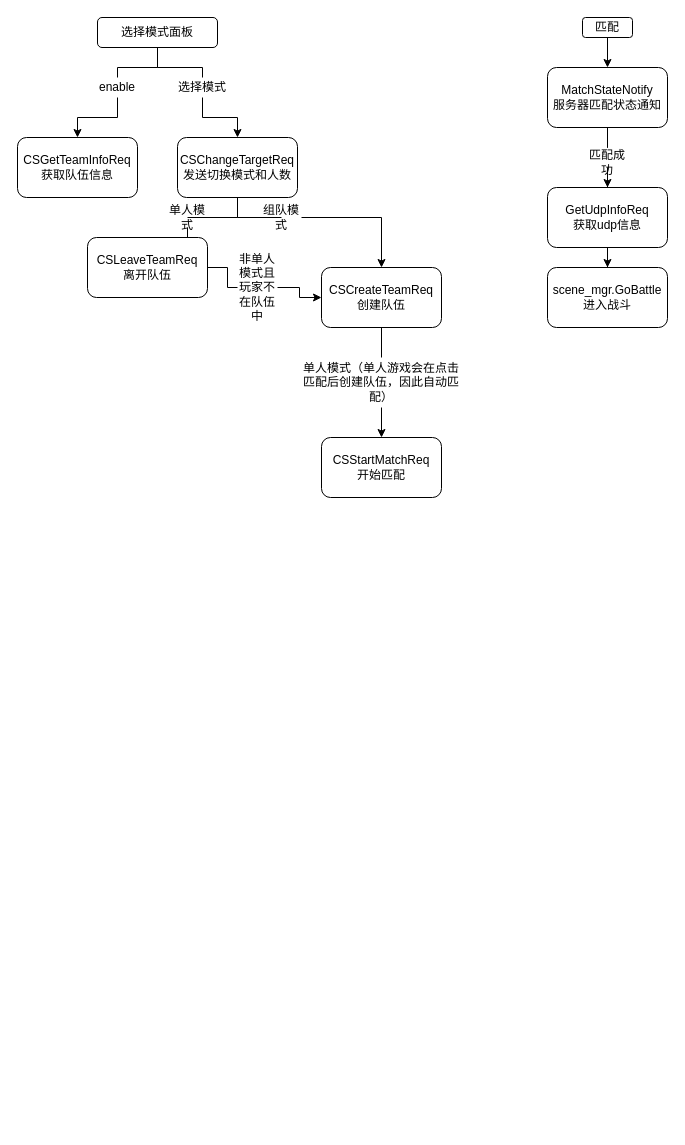
ultramanseven/1185441734 keeps this draw.io diagram as Untitled Diagram.drawio. Above is the earlier version. Source tidied: cells renumbered, new cells numbered last; positions are measured from the earlier drawing's top-left corner, leaving out a move shared by most shapes. Both pictures are drawn from the tidied source at 100%, with x=0, y=0 at pixel (17, 17).
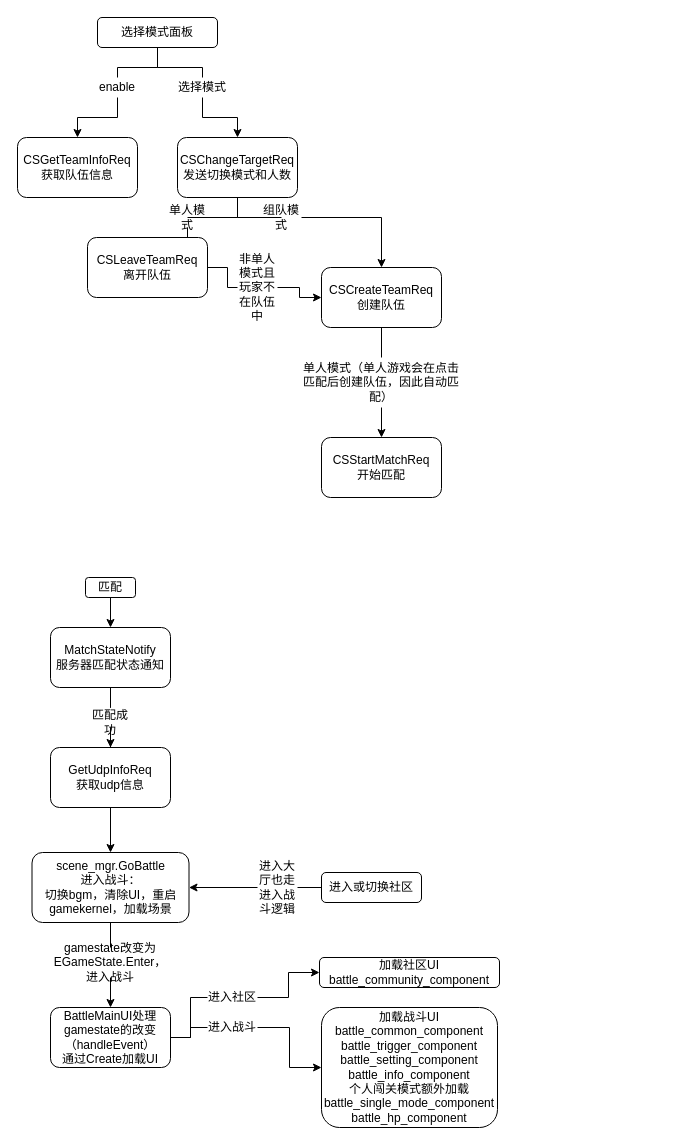
The same page after the edit.

The edit, as a diff of the source:
```diff
@@
     <mxCell id="23" value="MatchStateNotify&lt;br&gt;服务器匹配状态通知" style="rounded=1;whiteSpace=wrap;html=1;" parent="1" vertex="1">
-      <mxGeometry x="530" y="50" width="120" height="60" as="geometry" />
+      <mxGeometry x="33" y="610" width="120" height="60" as="geometry" />
     </mxCell>
@@
     <mxCell id="25" value="匹配" style="rounded=1;whiteSpace=wrap;html=1;" parent="1" vertex="1">
-      <mxGeometry x="565" width="50" height="20" as="geometry" />
+      <mxGeometry x="68" y="560" width="50" height="20" as="geometry" />
     </mxCell>
@@
     <mxCell id="27" value="GetUdpInfoReq&lt;br&gt;获取udp信息" style="rounded=1;whiteSpace=wrap;html=1;" parent="1" vertex="1">
-      <mxGeometry x="530" y="170" width="120" height="60" as="geometry" />
+      <mxGeometry x="33" y="730" width="120" height="60" as="geometry" />
     </mxCell>
     <mxCell id="28" value="匹配成功" style="text;html=1;strokeColor=none;fillColor=none;align=center;verticalAlign=middle;whiteSpace=wrap;rounded=0;" parent="1" vertex="1">
-      <mxGeometry x="570" y="130" width="40" height="30" as="geometry" />
+      <mxGeometry x="73" y="690" width="40" height="30" as="geometry" />
     </mxCell>
@@
+    <mxCell id="35" style="edgeStyle=orthogonalEdgeStyle;rounded=0;jettySize=auto;html=1;entryX=0.5;entryY=0;entryDx=0;entryDy=0;startArrow=none;" parent="1" edge="1" source="43" target="42">
+      <mxGeometry relative="1" as="geometry" />
+    </mxCell>
-    <mxCell id="34" value="scene_mgr.GoBattle&lt;br&gt;进入战斗" style="rounded=1;whiteSpace=wrap;html=1;" parent="1" vertex="1">
-      <mxGeometry x="530" y="250" width="120" height="60" as="geometry" />
+    <mxCell id="34" value="scene_mgr.GoBattle&lt;br&gt;进入战斗：&lt;br&gt;切换bgm，清除UI，重启gamekernel，加载场景" style="rounded=1;whiteSpace=wrap;html=1;" parent="1" vertex="1">
+      <mxGeometry x="14.5" y="835" width="157" height="70" as="geometry" />
     </mxCell>
+    <mxCell id="36" style="edgeStyle=orthogonalEdgeStyle;rounded=0;jettySize=auto;html=1;entryX=1;entryY=0.5;entryDx=0;entryDy=0;startArrow=none;" parent="1" edge="1" source="38" target="34">
+      <mxGeometry relative="1" as="geometry" />
+    </mxCell>
+    <mxCell id="37" value="进入或切换社区" style="rounded=1;whiteSpace=wrap;html=1;" parent="1" vertex="1">
+      <mxGeometry x="304" y="855" width="100" height="30" as="geometry" />
+    </mxCell>
+    <mxCell id="38" value="进入大厅也走进入战斗逻辑" style="text;html=1;strokeColor=none;fillColor=none;align=center;verticalAlign=middle;whiteSpace=wrap;rounded=0;" parent="1" vertex="1">
+      <mxGeometry x="240" y="860" width="40" height="20" as="geometry" />
+    </mxCell>
+    <mxCell id="39" style="edgeStyle=orthogonalEdgeStyle;rounded=0;jettySize=auto;html=1;entryX=1;entryY=0.5;entryDx=0;entryDy=0;endArrow=none;" parent="1" edge="1" source="37" target="38">
+      <mxGeometry relative="1" as="geometry" />
+    </mxCell>
+    <mxCell id="40" style="edgeStyle=orthogonalEdgeStyle;rounded=0;jettySize=auto;html=1;entryX=0;entryY=0.5;entryDx=0;entryDy=0;startArrow=none;" parent="1" edge="1" source="46" target="45">
+      <mxGeometry relative="1" as="geometry" />
+    </mxCell>
+    <mxCell id="41" style="edgeStyle=orthogonalEdgeStyle;rounded=0;jettySize=auto;html=1;entryX=0;entryY=0.5;entryDx=0;entryDy=0;startArrow=none;" parent="1" edge="1" source="49" target="48">
+      <mxGeometry relative="1" as="geometry" />
+    </mxCell>
+    <mxCell id="42" value="BattleMainUI处理gamestate的改变（handleEvent）&lt;br&gt;通过Create加载UI" style="rounded=1;whiteSpace=wrap;html=1;" parent="1" vertex="1">
+      <mxGeometry x="33" y="990" width="120" height="60" as="geometry" />
+    </mxCell>
+    <mxCell id="43" value="gamestate改变为EGameState.Enter，进入战斗" style="text;html=1;strokeColor=none;fillColor=none;align=center;verticalAlign=middle;whiteSpace=wrap;rounded=0;" parent="1" vertex="1">
+      <mxGeometry x="43" y="930" width="100" height="30" as="geometry" />
+    </mxCell>
+    <mxCell id="44" style="edgeStyle=orthogonalEdgeStyle;rounded=0;jettySize=auto;html=1;entryX=0.5;entryY=0;entryDx=0;entryDy=0;endArrow=none;" parent="1" edge="1" source="34" target="43">
+      <mxGeometry relative="1" as="geometry" />
+    </mxCell>
+    <mxCell id="45" value="加载社区UI&lt;br&gt;battle_community_component" style="rounded=1;whiteSpace=wrap;html=1;" parent="1" vertex="1">
+      <mxGeometry x="302" y="940" width="180" height="30" as="geometry" />
+    </mxCell>
+    <mxCell id="46" value="进入社区" style="text;html=1;strokeColor=none;fillColor=none;align=center;verticalAlign=middle;whiteSpace=wrap;rounded=0;" parent="1" vertex="1">
+      <mxGeometry x="190" y="970" width="50" height="20" as="geometry" />
+    </mxCell>
+    <mxCell id="47" style="edgeStyle=orthogonalEdgeStyle;rounded=0;jettySize=auto;html=1;entryX=0;entryY=0.5;entryDx=0;entryDy=0;endArrow=none;" parent="1" edge="1" source="42" target="46">
+      <mxGeometry relative="1" as="geometry" />
+    </mxCell>
+    <mxCell id="48" value="加载战斗UI&lt;br&gt;battle_common_component&lt;br&gt;battle_trigger_component&lt;br&gt;battle_setting_component&lt;br&gt;battle_info_component&lt;br&gt;个人闯关模式额外加载&lt;br&gt;battle_single_mode_component&lt;br&gt;battle_hp_component&lt;br&gt;" style="rounded=1;whiteSpace=wrap;html=1;" parent="1" vertex="1">
+      <mxGeometry x="304" y="990" width="176" height="120" as="geometry" />
+    </mxCell>
+    <mxCell id="49" value="进入战斗" style="text;html=1;strokeColor=none;fillColor=none;align=center;verticalAlign=middle;whiteSpace=wrap;rounded=0;" parent="1" vertex="1">
+      <mxGeometry x="190" y="1000" width="50" height="20" as="geometry" />
+    </mxCell>
+    <mxCell id="50" style="edgeStyle=orthogonalEdgeStyle;rounded=0;jettySize=auto;html=1;entryX=0;entryY=0.5;entryDx=0;entryDy=0;endArrow=none;" parent="1" edge="1" source="42" target="49">
+      <mxGeometry relative="1" as="geometry" />
+    </mxCell>
```
